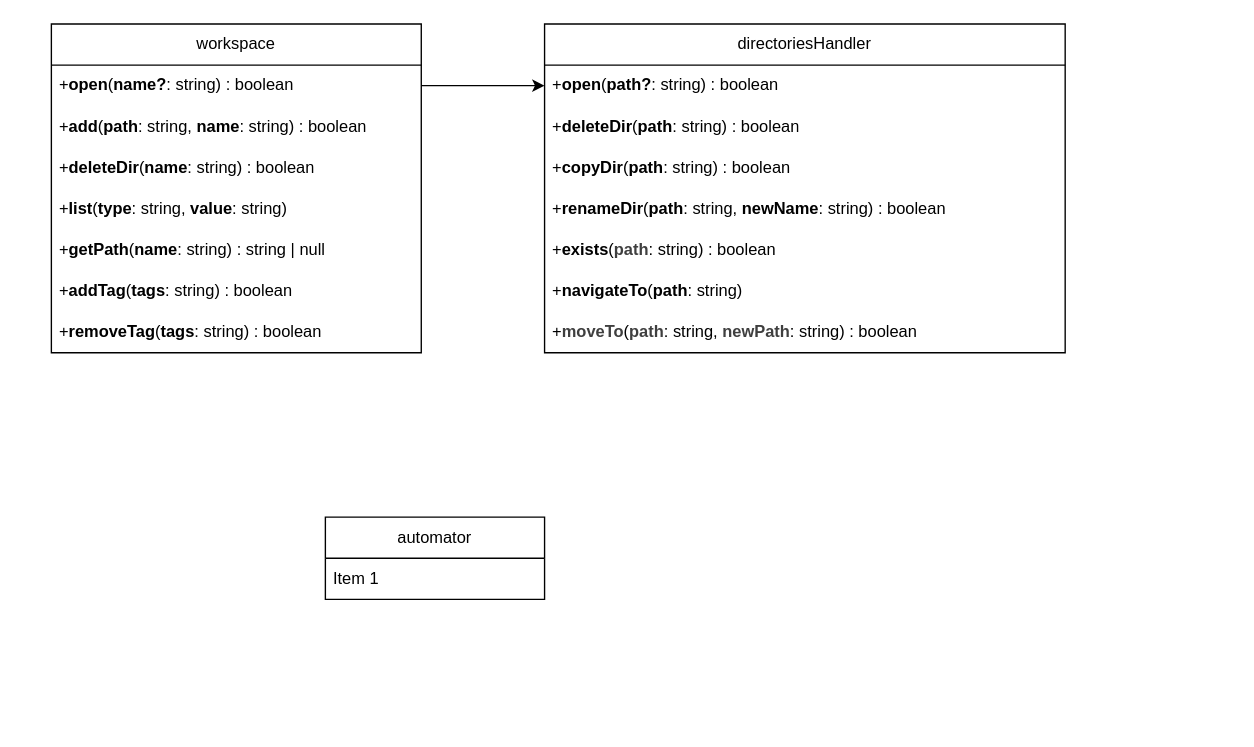
The draw.io diagram docs/draws.dio in LucasTrino/pjt, before the edit. Source tidied: cells renumbered, new cells numbered last; positions are measured from the earlier drawing's top-left corner, leaving out a move shared by most shapes. Both pictures are drawn from the tidied source at 137%, with x=0, y=0 at pixel (51, 23).
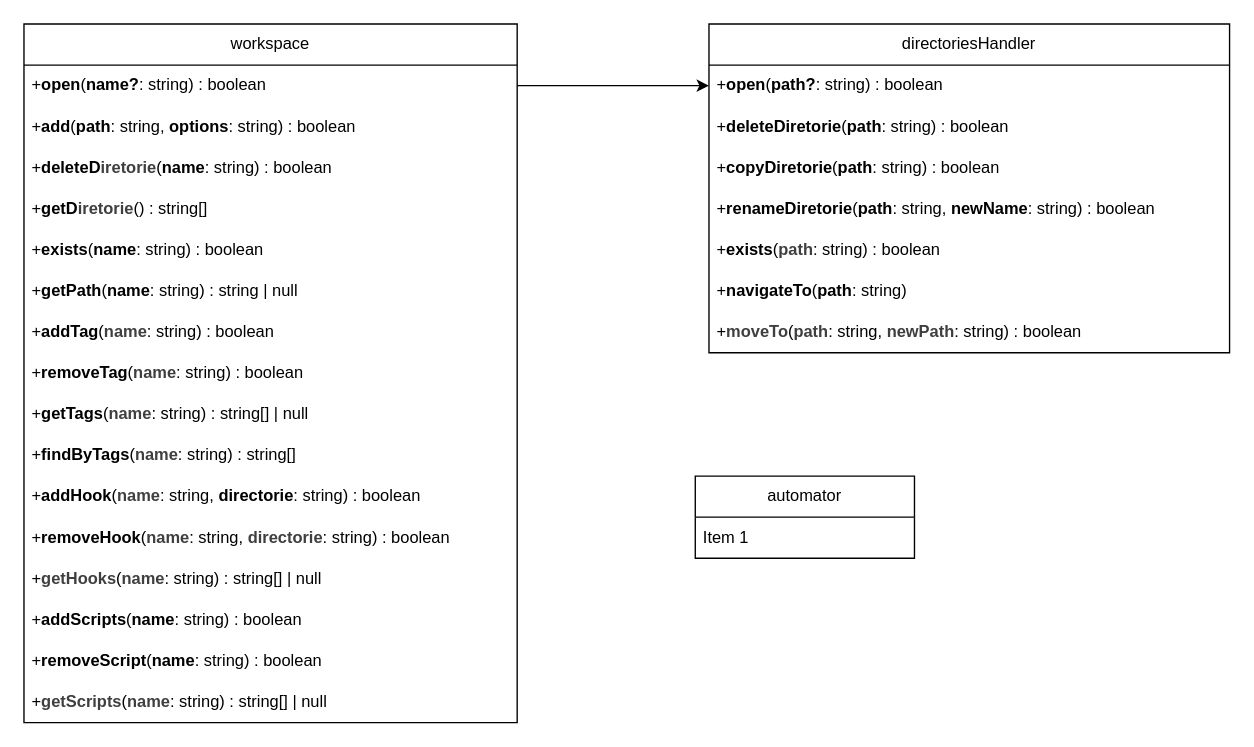
The same page after the edit.

What changed in the source:
```diff
@@
     <mxCell id="2" value="workspace" style="swimlane;fontStyle=0;horizontal=1;startSize=30;whiteSpace=wrap;html=1;" parent="1" vertex="1">
-      <mxGeometry width="270" height="240" as="geometry" />
+      <mxGeometry x="-20" width="360" height="510" as="geometry" />
     </mxCell>
     <mxCell id="3" value="+&lt;b&gt;open&lt;/b&gt;(&lt;b&gt;name?&lt;/b&gt;: string) : boolean" style="text;strokeColor=none;fillColor=none;align=left;verticalAlign=middle;spacingLeft=4;spacingRight=4;overflow=hidden;points=[[0,0.5],[1,0.5]];portConstraint=eastwest;whiteSpace=wrap;html=1;" parent="2" vertex="1">
-      <mxGeometry y="30" width="270" height="30" as="geometry" />
+      <mxGeometry y="30" width="360" height="30" as="geometry" />
     </mxCell>
-    <mxCell id="4" value="+&lt;b&gt;add&lt;/b&gt;(&lt;b&gt;path&lt;/b&gt;: string, &lt;b&gt;name&lt;/b&gt;: string) : boolean" style="text;strokeColor=none;fillColor=none;align=left;verticalAlign=middle;spacingLeft=4;spacingRight=4;overflow=hidden;whiteSpace=wrap;html=1;" parent="2" vertex="1">
-      <mxGeometry y="60" width="270" height="30" as="geometry" />
+    <mxCell id="4" value="+&lt;b&gt;add&lt;/b&gt;(&lt;b&gt;path&lt;/b&gt;: string, &lt;b&gt;options&lt;/b&gt;: string) : boolean" style="text;strokeColor=none;fillColor=none;align=left;verticalAlign=middle;spacingLeft=4;spacingRight=4;overflow=hidden;whiteSpace=wrap;html=1;" parent="2" vertex="1">
+      <mxGeometry y="60" width="360" height="30" as="geometry" />
     </mxCell>
-    <mxCell id="5" value="+&lt;b&gt;deleteDir&lt;/b&gt;(&lt;b&gt;name&lt;/b&gt;: string) : boolean" style="text;strokeColor=none;fillColor=none;align=left;verticalAlign=middle;spacingLeft=4;spacingRight=4;overflow=hidden;whiteSpace=wrap;html=1;" parent="2" vertex="1">
-      <mxGeometry y="90" width="270" height="30" as="geometry" />
+    <mxCell id="5" value="+&lt;b&gt;deleteD&lt;/b&gt;&lt;b style=&quot;color: rgb(63, 63, 63); scrollbar-color: rgb(226, 226, 226) rgb(251, 251, 251);&quot;&gt;iretorie&lt;/b&gt;(&lt;b&gt;name&lt;/b&gt;: string) : boolean" style="text;strokeColor=none;fillColor=none;align=left;verticalAlign=middle;spacingLeft=4;spacingRight=4;overflow=hidden;whiteSpace=wrap;html=1;" parent="2" vertex="1">
+      <mxGeometry y="90" width="360" height="30" as="geometry" />
     </mxCell>
-    <mxCell id="6" value="&lt;span style=&quot;color: rgb(0, 0, 0);&quot;&gt;+&lt;b&gt;list&lt;/b&gt;(&lt;b&gt;type&lt;/b&gt;: string, &lt;b&gt;value&lt;/b&gt;: string)&lt;/span&gt;" style="text;strokeColor=none;fillColor=none;align=left;verticalAlign=middle;spacingLeft=4;spacingRight=4;overflow=hidden;whiteSpace=wrap;html=1;" parent="2" vertex="1">
-      <mxGeometry y="120" width="270" height="30" as="geometry" />
+    <mxCell id="6" value="&lt;span style=&quot;color: rgb(0, 0, 0);&quot;&gt;+&lt;b&gt;getD&lt;/b&gt;&lt;b style=&quot;color: rgb(63, 63, 63); scrollbar-color: rgb(226, 226, 226) rgb(251, 251, 251);&quot;&gt;iretorie&lt;/b&gt;() : string[]&lt;/span&gt;" style="text;strokeColor=none;fillColor=none;align=left;verticalAlign=middle;spacingLeft=4;spacingRight=4;overflow=hidden;whiteSpace=wrap;html=1;" parent="2" vertex="1">
+      <mxGeometry y="120" width="360" height="30" as="geometry" />
     </mxCell>
+    <mxCell id="21" value="&lt;span style=&quot;color: rgb(0, 0, 0);&quot;&gt;+&lt;b&gt;exists&lt;/b&gt;(&lt;b&gt;name&lt;/b&gt;: string&lt;/span&gt;&lt;span style=&quot;color: rgb(0, 0, 0);&quot;&gt;)&amp;nbsp;&lt;/span&gt;&lt;span style=&quot;scrollbar-color: rgb(226, 226, 226) rgb(251, 251, 251); color: rgb(0, 0, 0);&quot;&gt;: boolean&lt;/span&gt;" style="text;strokeColor=none;fillColor=none;align=left;verticalAlign=middle;spacingLeft=4;spacingRight=4;overflow=hidden;whiteSpace=wrap;html=1;" parent="2" vertex="1">
+      <mxGeometry y="150" width="360" height="30" as="geometry" />
+    </mxCell>
     <mxCell id="7" value="+&lt;b&gt;getPath&lt;/b&gt;(&lt;b&gt;name&lt;/b&gt;: string) : string | null" style="text;strokeColor=none;fillColor=none;align=left;verticalAlign=middle;spacingLeft=4;spacingRight=4;overflow=hidden;whiteSpace=wrap;html=1;" parent="2" vertex="1">
-      <mxGeometry y="150" width="270" height="30" as="geometry" />
+      <mxGeometry y="180" width="360" height="30" as="geometry" />
     </mxCell>
-    <mxCell id="8" value="+&lt;b&gt;addTag&lt;/b&gt;(&lt;b&gt;tags&lt;/b&gt;: string) :&amp;nbsp;&lt;span style=&quot;color: rgb(0, 0, 0);&quot;&gt;boolean&lt;/span&gt;" style="text;strokeColor=none;fillColor=none;align=left;verticalAlign=middle;spacingLeft=4;spacingRight=4;overflow=hidden;whiteSpace=wrap;html=1;" parent="2" vertex="1">
-      <mxGeometry y="180" width="270" height="30" as="geometry" />
+    <mxCell id="8" value="+&lt;b&gt;addTag&lt;/b&gt;(&lt;b style=&quot;color: rgb(63, 63, 63); scrollbar-color: rgb(226, 226, 226) rgb(251, 251, 251);&quot;&gt;name&lt;/b&gt;: string) :&amp;nbsp;&lt;span style=&quot;color: rgb(0, 0, 0);&quot;&gt;boolean&lt;/span&gt;" style="text;strokeColor=none;fillColor=none;align=left;verticalAlign=middle;spacingLeft=4;spacingRight=4;overflow=hidden;whiteSpace=wrap;html=1;" parent="2" vertex="1">
+      <mxGeometry y="210" width="360" height="30" as="geometry" />
     </mxCell>
-    <mxCell id="9" value="+&lt;b&gt;removeTag&lt;/b&gt;(&lt;b&gt;tags&lt;/b&gt;: string) :&amp;nbsp;&lt;span style=&quot;color: rgb(0, 0, 0);&quot;&gt;boolean&lt;/span&gt;" style="text;strokeColor=none;fillColor=none;align=left;verticalAlign=middle;spacingLeft=4;spacingRight=4;overflow=hidden;whiteSpace=wrap;html=1;" parent="2" vertex="1">
-      <mxGeometry y="210" width="270" height="30" as="geometry" />
+    <mxCell id="9" value="+&lt;b&gt;removeTag&lt;/b&gt;(&lt;b style=&quot;color: rgb(63, 63, 63); scrollbar-color: rgb(226, 226, 226) rgb(251, 251, 251);&quot;&gt;name&lt;/b&gt;: string) :&amp;nbsp;&lt;span style=&quot;color: rgb(0, 0, 0);&quot;&gt;boolean&lt;/span&gt;" style="text;strokeColor=none;fillColor=none;align=left;verticalAlign=middle;spacingLeft=4;spacingRight=4;overflow=hidden;whiteSpace=wrap;html=1;" parent="2" vertex="1">
+      <mxGeometry y="240" width="360" height="30" as="geometry" />
     </mxCell>
+    <mxCell id="22" value="+&lt;b&gt;getTags&lt;/b&gt;(&lt;b style=&quot;color: rgb(63, 63, 63); scrollbar-color: rgb(226, 226, 226) rgb(251, 251, 251);&quot;&gt;name&lt;/b&gt;: string) : string[] | null" style="text;strokeColor=none;fillColor=none;align=left;verticalAlign=middle;spacingLeft=4;spacingRight=4;overflow=hidden;whiteSpace=wrap;html=1;" parent="2" vertex="1">
+      <mxGeometry y="270" width="360" height="30" as="geometry" />
+    </mxCell>
+    <mxCell id="23" value="+&lt;b&gt;findByTags&lt;/b&gt;(&lt;b style=&quot;color: rgb(63, 63, 63); scrollbar-color: rgb(226, 226, 226) rgb(251, 251, 251);&quot;&gt;name&lt;/b&gt;: string) :&amp;nbsp;&lt;span style=&quot;color: rgb(0, 0, 0);&quot;&gt;string[]&lt;/span&gt;" style="text;strokeColor=none;fillColor=none;align=left;verticalAlign=middle;spacingLeft=4;spacingRight=4;overflow=hidden;whiteSpace=wrap;html=1;" parent="2" vertex="1">
+      <mxGeometry y="300" width="360" height="30" as="geometry" />
+    </mxCell>
+    <mxCell id="24" value="+&lt;b&gt;addHook&lt;/b&gt;(&lt;b style=&quot;color: rgb(63, 63, 63); scrollbar-color: rgb(226, 226, 226) rgb(251, 251, 251);&quot;&gt;name&lt;/b&gt;: string, &lt;b&gt;directorie&lt;/b&gt;: string) :&amp;nbsp;&lt;span style=&quot;color: rgb(0, 0, 0);&quot;&gt;boolean&lt;/span&gt;" style="text;strokeColor=none;fillColor=none;align=left;verticalAlign=middle;spacingLeft=4;spacingRight=4;overflow=hidden;whiteSpace=wrap;html=1;" parent="2" vertex="1">
+      <mxGeometry y="330" width="360" height="30" as="geometry" />
+    </mxCell>
+    <mxCell id="25" value="+&lt;b&gt;removeHook&lt;/b&gt;(&lt;b style=&quot;scrollbar-color: rgb(226, 226, 226) rgb(251, 251, 251); color: rgb(63, 63, 63);&quot;&gt;name&lt;/b&gt;&lt;span style=&quot;color: rgb(0, 0, 0);&quot;&gt;: string,&amp;nbsp;&lt;/span&gt;&lt;b style=&quot;color: rgb(63, 63, 63); scrollbar-color: rgb(226, 226, 226) rgb(251, 251, 251);&quot;&gt;directorie&lt;/b&gt;&lt;span style=&quot;color: rgb(0, 0, 0);&quot;&gt;: string&lt;/span&gt;) :&amp;nbsp;&lt;span style=&quot;color: rgb(0, 0, 0);&quot;&gt;boolean&lt;/span&gt;" style="text;strokeColor=none;fillColor=none;align=left;verticalAlign=middle;spacingLeft=4;spacingRight=4;overflow=hidden;whiteSpace=wrap;html=1;" parent="2" vertex="1">
+      <mxGeometry y="360" width="360" height="30" as="geometry" />
+    </mxCell>
+    <mxCell id="26" value="&lt;span style=&quot;color: rgb(0, 0, 0);&quot;&gt;+&lt;/span&gt;&lt;b style=&quot;color: rgb(63, 63, 63); scrollbar-color: rgb(226, 226, 226) rgb(251, 251, 251);&quot;&gt;getHooks&lt;/b&gt;&lt;span style=&quot;color: rgb(0, 0, 0);&quot;&gt;(&lt;/span&gt;&lt;b style=&quot;color: rgb(63, 63, 63); scrollbar-color: rgb(226, 226, 226) rgb(251, 251, 251);&quot;&gt;name&lt;/b&gt;&lt;span style=&quot;color: rgb(0, 0, 0);&quot;&gt;: string) : string[] | null&lt;/span&gt;" style="text;strokeColor=none;fillColor=none;align=left;verticalAlign=middle;spacingLeft=4;spacingRight=4;overflow=hidden;whiteSpace=wrap;html=1;" parent="2" vertex="1">
+      <mxGeometry y="390" width="360" height="30" as="geometry" />
+    </mxCell>
+    <mxCell id="27" value="+&lt;b&gt;addScripts&lt;/b&gt;(&lt;b&gt;name&lt;/b&gt;: string) :&amp;nbsp;&lt;span style=&quot;color: rgb(0, 0, 0);&quot;&gt;boolean&lt;/span&gt;" style="text;strokeColor=none;fillColor=none;align=left;verticalAlign=middle;spacingLeft=4;spacingRight=4;overflow=hidden;whiteSpace=wrap;html=1;" parent="2" vertex="1">
+      <mxGeometry y="420" width="360" height="30" as="geometry" />
+    </mxCell>
+    <mxCell id="28" value="+&lt;b&gt;removeScript&lt;/b&gt;(&lt;b&gt;name&lt;/b&gt;: string) :&amp;nbsp;&lt;span style=&quot;color: rgb(0, 0, 0);&quot;&gt;boolean&lt;/span&gt;" style="text;strokeColor=none;fillColor=none;align=left;verticalAlign=middle;spacingLeft=4;spacingRight=4;overflow=hidden;whiteSpace=wrap;html=1;" parent="2" vertex="1">
+      <mxGeometry y="450" width="360" height="30" as="geometry" />
+    </mxCell>
+    <mxCell id="29" value="&lt;span style=&quot;color: rgb(0, 0, 0);&quot;&gt;+&lt;/span&gt;&lt;b style=&quot;color: rgb(63, 63, 63); scrollbar-color: rgb(226, 226, 226) rgb(251, 251, 251);&quot;&gt;getScripts&lt;/b&gt;&lt;span style=&quot;color: rgb(0, 0, 0);&quot;&gt;(&lt;/span&gt;&lt;b style=&quot;color: rgb(63, 63, 63); scrollbar-color: rgb(226, 226, 226) rgb(251, 251, 251);&quot;&gt;name&lt;/b&gt;&lt;span style=&quot;color: rgb(0, 0, 0);&quot;&gt;: string) : string[] | null&lt;/span&gt;" style="text;strokeColor=none;fillColor=none;align=left;verticalAlign=middle;spacingLeft=4;spacingRight=4;overflow=hidden;whiteSpace=wrap;html=1;" parent="2" vertex="1">
+      <mxGeometry y="480" width="360" height="30" as="geometry" />
+    </mxCell>
     <mxCell id="10" value="directoriesHandler" style="swimlane;fontStyle=0;horizontal=1;startSize=30;whiteSpace=wrap;html=1;" parent="1" vertex="1">
-      <mxGeometry x="360" width="380" height="240" as="geometry" />
+      <mxGeometry x="480" width="380" height="240" as="geometry" />
     </mxCell>
@@
-    <mxCell id="12" value="+&lt;b&gt;deleteDir&lt;/b&gt;(&lt;b&gt;path&lt;/b&gt;: string)&amp;nbsp;&lt;span style=&quot;color: rgb(0, 0, 0);&quot;&gt;: boolean&lt;/span&gt;" style="text;strokeColor=none;fillColor=none;align=left;verticalAlign=middle;spacingLeft=4;spacingRight=4;overflow=hidden;whiteSpace=wrap;html=1;" parent="10" vertex="1">
+    <mxCell id="12" value="+&lt;b&gt;deleteDiretorie&lt;/b&gt;(&lt;b&gt;path&lt;/b&gt;: string)&amp;nbsp;&lt;span style=&quot;color: rgb(0, 0, 0);&quot;&gt;: boolean&lt;/span&gt;" style="text;strokeColor=none;fillColor=none;align=left;verticalAlign=middle;spacingLeft=4;spacingRight=4;overflow=hidden;whiteSpace=wrap;html=1;" parent="10" vertex="1">
       <mxGeometry y="60" width="380" height="30" as="geometry" />
     </mxCell>
-    <mxCell id="13" value="+&lt;b&gt;copyDir&lt;/b&gt;(&lt;b&gt;path&lt;/b&gt;: string)&amp;nbsp;&lt;span style=&quot;color: rgb(0, 0, 0);&quot;&gt;: boolean&lt;/span&gt;" style="text;strokeColor=none;fillColor=none;align=left;verticalAlign=middle;spacingLeft=4;spacingRight=4;overflow=hidden;whiteSpace=wrap;html=1;" parent="10" vertex="1">
+    <mxCell id="13" value="+&lt;b&gt;copyDiretorie&lt;/b&gt;(&lt;b&gt;path&lt;/b&gt;: string)&amp;nbsp;&lt;span style=&quot;color: rgb(0, 0, 0);&quot;&gt;: boolean&lt;/span&gt;" style="text;strokeColor=none;fillColor=none;align=left;verticalAlign=middle;spacingLeft=4;spacingRight=4;overflow=hidden;whiteSpace=wrap;html=1;" parent="10" vertex="1">
       <mxGeometry y="90" width="380" height="30" as="geometry" />
     </mxCell>
-    <mxCell id="14" value="+&lt;b&gt;renameDir&lt;/b&gt;(&lt;b&gt;path&lt;/b&gt;: string, &lt;b&gt;newName&lt;/b&gt;: string)&amp;nbsp;&lt;span style=&quot;color: rgb(0, 0, 0);&quot;&gt;: boolean&lt;/span&gt;" style="text;strokeColor=none;fillColor=none;align=left;verticalAlign=middle;spacingLeft=4;spacingRight=4;overflow=hidden;whiteSpace=wrap;html=1;" parent="10" vertex="1">
+    <mxCell id="14" value="+&lt;b&gt;renameDiretorie&lt;/b&gt;(&lt;b&gt;path&lt;/b&gt;: string, &lt;b&gt;newName&lt;/b&gt;: string)&amp;nbsp;&lt;span style=&quot;color: rgb(0, 0, 0);&quot;&gt;: boolean&lt;/span&gt;" style="text;strokeColor=none;fillColor=none;align=left;verticalAlign=middle;spacingLeft=4;spacingRight=4;overflow=hidden;whiteSpace=wrap;html=1;" parent="10" vertex="1">
       <mxGeometry y="120" width="380" height="30" as="geometry" />
     </mxCell>
@@
     <mxCell id="19" value="automator" style="swimlane;fontStyle=0;horizontal=1;startSize=30;whiteSpace=wrap;html=1;" parent="1" vertex="1">
-      <mxGeometry x="200" y="360" width="160" height="60" as="geometry" />
+      <mxGeometry x="470" y="330" width="160" height="60" as="geometry" />
     </mxCell>
```
